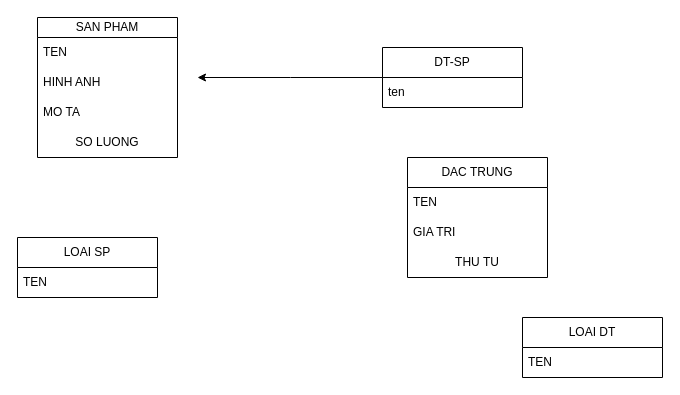
Before: sanpham.drawio in frozenproof/dactaphanmem, a draw.io diagram. Source tidied: cells renumbered, new cells numbered last; positions are measured from the earlier drawing's top-left corner, leaving out a move shared by most shapes. Both pictures are drawn from the tidied source at 100%, with x=0, y=0 at pixel (17, 17).
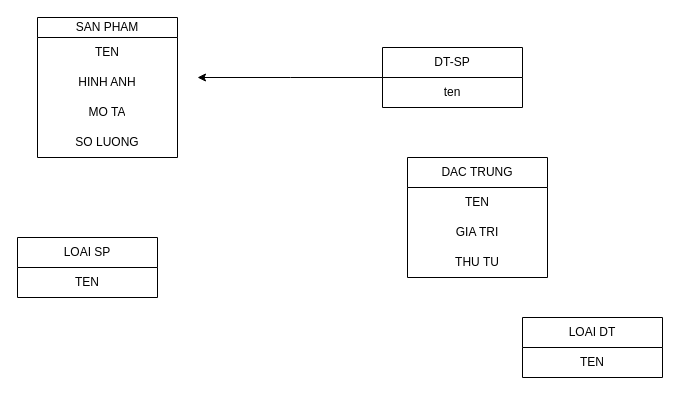
After the change.

Change to the diagram source:
```diff
@@
 <mxGraphModel>
   <root>
     <mxCell id="0" />
     <mxCell id="1" parent="0" />
-    <mxCell id="2" style="edgeStyle=orthogonalEdgeStyle;rounded=0;jettySize=auto;html=1;entryX=1;entryY=0.5;entryDx=0;entryDy=0;" parent="1" edge="1" source="3">
+    <mxCell id="2" style="edgeStyle=orthogonalEdgeStyle;rounded=0;jettySize=auto;html=1;entryX=1;entryY=0.5;entryDx=0;entryDy=0;align=center;" parent="1" edge="1" source="3">
       <mxGeometry relative="1" as="geometry">
         <mxPoint x="180" y="60" as="targetPoint" />
       </mxGeometry>
     </mxCell>
-    <mxCell id="3" value="DT-SP" style="swimlane;fontStyle=0;horizontal=1;startSize=30;whiteSpace=wrap;html=1;" parent="1" vertex="1">
+    <mxCell id="3" value="DT-SP" style="swimlane;fontStyle=0;horizontal=1;startSize=30;whiteSpace=wrap;html=1;align=center;" parent="1" vertex="1">
       <mxGeometry x="365" y="30" width="140" height="60" as="geometry" />
     </mxCell>
-    <mxCell id="4" value="ten" style="text;strokeColor=none;fillColor=none;align=left;verticalAlign=middle;spacingLeft=4;spacingRight=4;overflow=hidden;whiteSpace=wrap;html=1;" parent="3" vertex="1">
+    <mxCell id="4" value="ten" style="text;strokeColor=none;fillColor=none;align=center;verticalAlign=middle;spacingLeft=4;spacingRight=4;overflow=hidden;whiteSpace=wrap;html=1;" parent="3" vertex="1">
       <mxGeometry y="30" width="140" height="30" as="geometry" />
     </mxCell>
-    <mxCell id="5" value="LOAI SP" style="swimlane;fontStyle=0;horizontal=1;startSize=30;whiteSpace=wrap;html=1;" parent="1" vertex="1">
+    <mxCell id="5" value="LOAI SP" style="swimlane;fontStyle=0;horizontal=1;startSize=30;whiteSpace=wrap;html=1;align=center;" parent="1" vertex="1">
       <mxGeometry y="220" width="140" height="60" as="geometry" />
     </mxCell>
-    <mxCell id="6" value="TEN" style="text;strokeColor=none;fillColor=none;align=left;verticalAlign=middle;spacingLeft=4;spacingRight=4;overflow=hidden;whiteSpace=wrap;html=1;" parent="5" vertex="1">
+    <mxCell id="6" value="TEN" style="text;strokeColor=none;fillColor=none;align=center;verticalAlign=middle;spacingLeft=4;spacingRight=4;overflow=hidden;whiteSpace=wrap;html=1;" parent="5" vertex="1">
       <mxGeometry y="30" width="140" height="30" as="geometry" />
     </mxCell>
-    <mxCell id="7" value="DAC TRUNG" style="swimlane;fontStyle=0;horizontal=1;startSize=30;whiteSpace=wrap;html=1;" parent="1" vertex="1">
+    <mxCell id="7" value="DAC TRUNG" style="swimlane;fontStyle=0;horizontal=1;startSize=30;whiteSpace=wrap;html=1;align=center;" parent="1" vertex="1">
       <mxGeometry x="390" y="140" width="140" height="120" as="geometry" />
     </mxCell>
-    <mxCell id="8" value="TEN" style="text;strokeColor=none;fillColor=none;align=left;verticalAlign=middle;spacingLeft=4;spacingRight=4;overflow=hidden;whiteSpace=wrap;html=1;" parent="7" vertex="1">
+    <mxCell id="8" value="TEN" style="text;strokeColor=none;fillColor=none;align=center;verticalAlign=middle;spacingLeft=4;spacingRight=4;overflow=hidden;whiteSpace=wrap;html=1;" parent="7" vertex="1">
       <mxGeometry y="30" width="140" height="30" as="geometry" />
     </mxCell>
-    <mxCell id="9" value="GIA TRI" style="text;strokeColor=none;fillColor=none;align=left;verticalAlign=middle;spacingLeft=4;spacingRight=4;overflow=hidden;whiteSpace=wrap;html=1;" parent="7" vertex="1">
+    <mxCell id="9" value="GIA TRI" style="text;strokeColor=none;fillColor=none;align=center;verticalAlign=middle;spacingLeft=4;spacingRight=4;overflow=hidden;whiteSpace=wrap;html=1;" parent="7" vertex="1">
       <mxGeometry y="60" width="140" height="30" as="geometry" />
     </mxCell>
     <mxCell id="10" value="THU TU" style="text;html=1;strokeColor=none;fillColor=none;align=center;verticalAlign=middle;whiteSpace=wrap;rounded=0;" parent="7" vertex="1">
       <mxGeometry y="90" width="140" height="30" as="geometry" />
     </mxCell>
-    <mxCell id="11" value="LOAI DT" style="swimlane;fontStyle=0;horizontal=1;startSize=30;whiteSpace=wrap;html=1;" parent="1" vertex="1">
+    <mxCell id="11" value="LOAI DT" style="swimlane;fontStyle=0;horizontal=1;startSize=30;whiteSpace=wrap;html=1;align=center;" parent="1" vertex="1">
       <mxGeometry x="505" y="300" width="140" height="60" as="geometry" />
     </mxCell>
-    <mxCell id="12" value="TEN" style="text;strokeColor=none;fillColor=none;align=left;verticalAlign=middle;spacingLeft=4;spacingRight=4;overflow=hidden;whiteSpace=wrap;html=1;" parent="11" vertex="1">
+    <mxCell id="12" value="TEN" style="text;strokeColor=none;fillColor=none;align=center;verticalAlign=middle;spacingLeft=4;spacingRight=4;overflow=hidden;whiteSpace=wrap;html=1;" parent="11" vertex="1">
       <mxGeometry y="30" width="140" height="30" as="geometry" />
     </mxCell>
-    <mxCell id="13" value="SAN PHAM" style="swimlane;fontStyle=0;horizontal=1;startSize=20;whiteSpace=wrap;html=1;" parent="1" vertex="1">
+    <mxCell id="13" value="SAN PHAM" style="swimlane;fontStyle=0;horizontal=1;startSize=20;whiteSpace=wrap;html=1;align=center;" parent="1" vertex="1">
       <mxGeometry x="20" width="140" height="140" as="geometry" />
     </mxCell>
-    <mxCell id="14" value="TEN" style="text;strokeColor=none;fillColor=none;align=left;verticalAlign=middle;spacingLeft=4;spacingRight=4;overflow=hidden;whiteSpace=wrap;html=1;" parent="13" vertex="1">
+    <mxCell id="14" value="TEN" style="text;strokeColor=none;fillColor=none;align=center;verticalAlign=middle;spacingLeft=4;spacingRight=4;overflow=hidden;whiteSpace=wrap;html=1;" parent="13" vertex="1">
       <mxGeometry y="20" width="140" height="30" as="geometry" />
     </mxCell>
-    <mxCell id="15" value="HINH ANH" style="text;strokeColor=none;fillColor=none;align=left;verticalAlign=middle;spacingLeft=4;spacingRight=4;overflow=hidden;whiteSpace=wrap;html=1;" parent="13" vertex="1">
+    <mxCell id="15" value="HINH ANH" style="text;strokeColor=none;fillColor=none;align=center;verticalAlign=middle;spacingLeft=4;spacingRight=4;overflow=hidden;whiteSpace=wrap;html=1;" parent="13" vertex="1">
       <mxGeometry y="50" width="140" height="30" as="geometry" />
     </mxCell>
-    <mxCell id="16" value="MO TA" style="text;strokeColor=none;fillColor=none;align=left;verticalAlign=middle;spacingLeft=4;spacingRight=4;overflow=hidden;whiteSpace=wrap;html=1;" parent="13" vertex="1">
+    <mxCell id="16" value="MO TA" style="text;strokeColor=none;fillColor=none;align=center;verticalAlign=middle;spacingLeft=4;spacingRight=4;overflow=hidden;whiteSpace=wrap;html=1;" parent="13" vertex="1">
       <mxGeometry y="80" width="140" height="30" as="geometry" />
     </mxCell>
     <mxCell id="17" value="SO LUONG" style="text;html=1;strokeColor=none;fillColor=none;align=center;verticalAlign=middle;whiteSpace=wrap;rounded=0;" parent="13" vertex="1">
       <mxGeometry y="110" width="140" height="30" as="geometry" />
     </mxCell>
   </root>
 </mxGraphModel>
```
